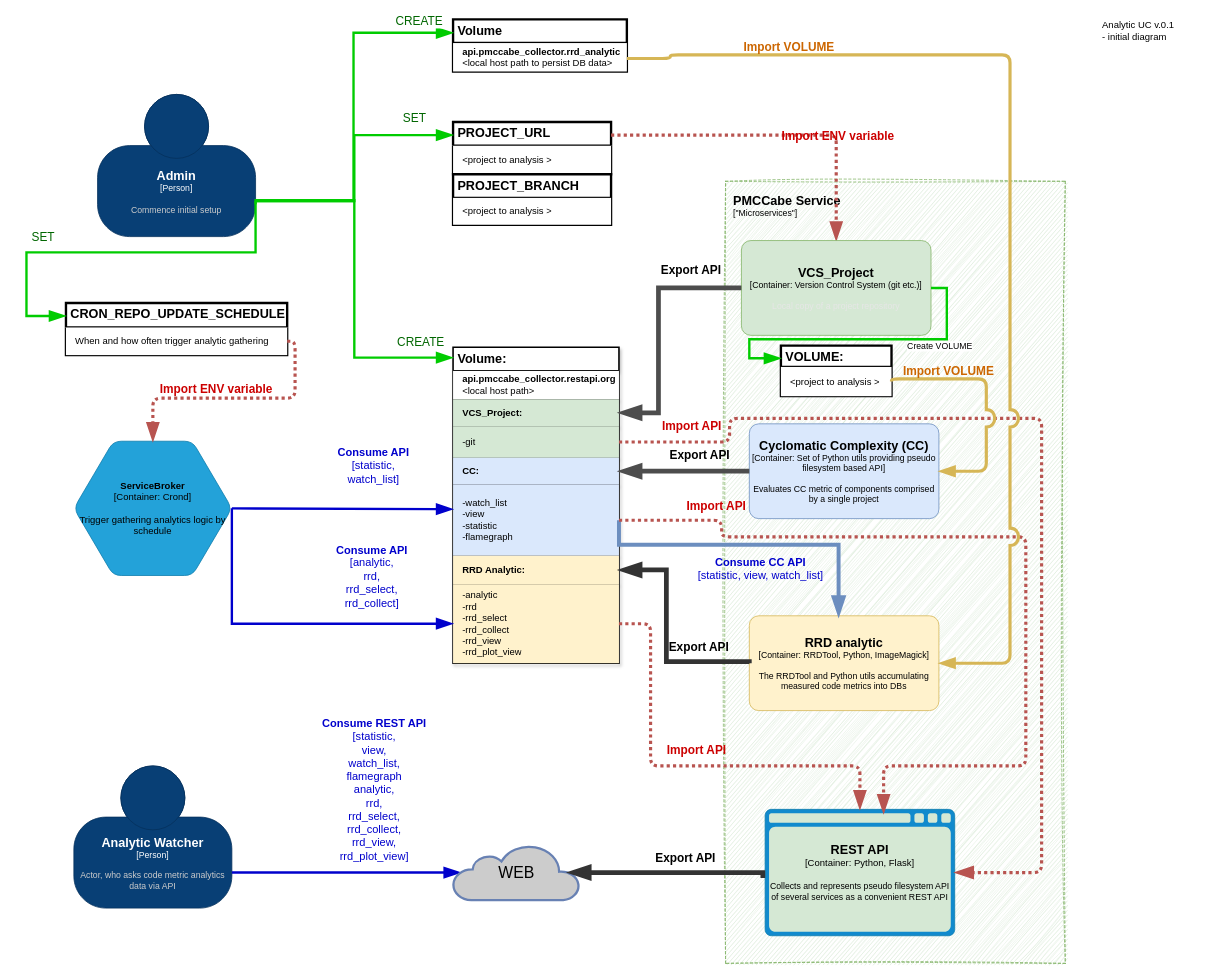
The draw.io diagram diagrams/analytic_UC.drawio in SergeyIvanov87/Code-Metric-Visualizer-Platform, before the edit. Source tidied: cells renumbered, new cells numbered last; positions are measured from the earlier drawing's top-left corner, leaving out a move shared by most shapes. Both pictures are drawn from the tidied source at 79%, with x=0, y=0 at pixel (26, 19).
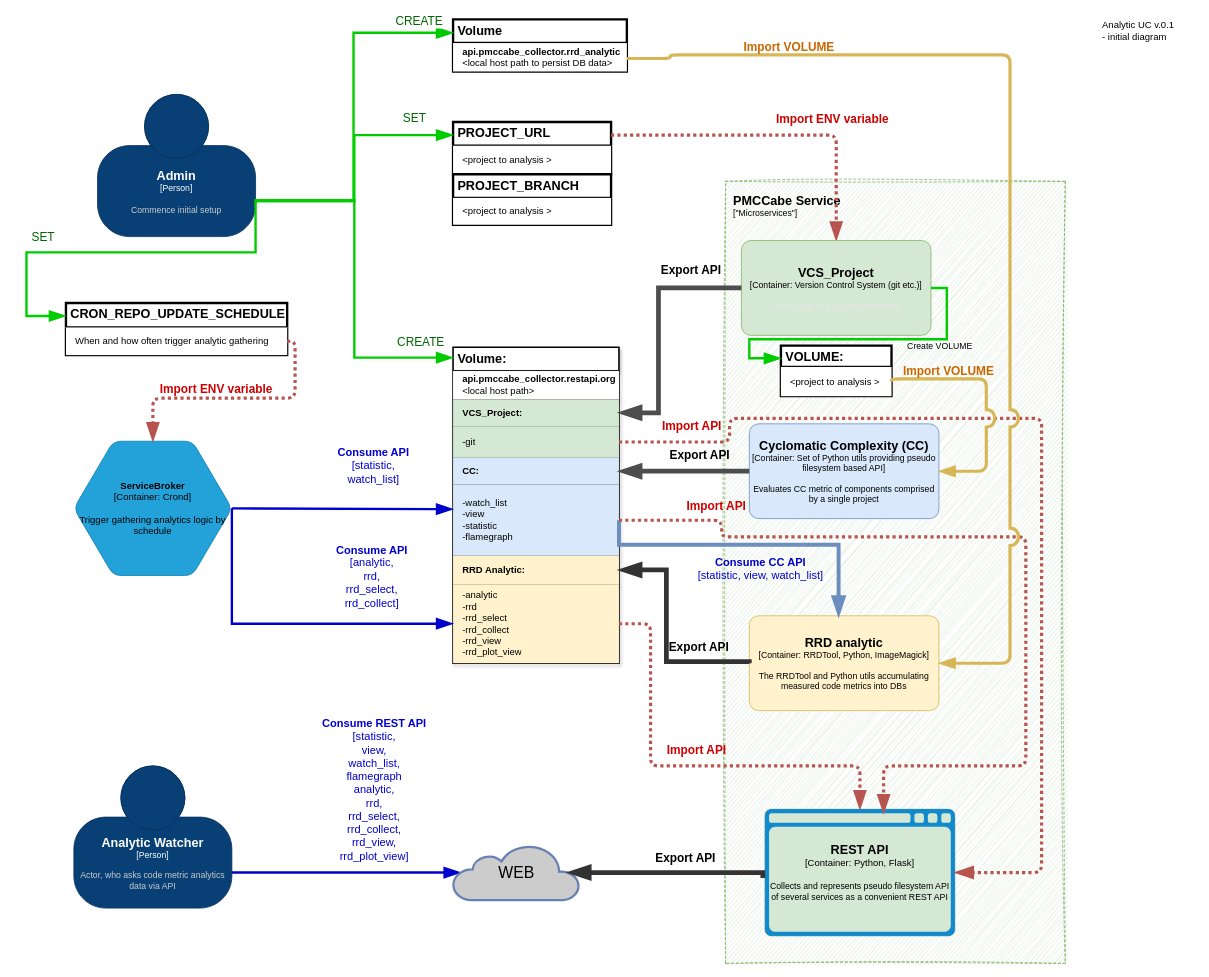
Above is the later version.

Unchanged cells that the change refers to:
```xml
<mxCell id="27" value="PROJECT_URL" style="shape=table;startSize=30;childLayout=tableLayout;fontSize=16;align=left;verticalAlign=top;fontStyle=1;spacingLeft=6;spacing=0;strokeWidth=3;" parent="1" vertex="1">
  <mxGeometry x="540" y="130" width="200" height="66" as="geometry" />
</mxCell>
<object id="45" label="&lt;font style=&quot;font-size: 16px&quot;&gt;&lt;b&gt;%c4Name%&lt;/b&gt;&lt;/font&gt;&lt;div&gt;[%c4Type%: %c4Technology%]&lt;/div&gt;&lt;br&gt;&lt;div&gt;&lt;font style=&quot;font-size: 11px&quot;&gt;&lt;font color=&quot;#E6E6E6&quot;&gt;%c4Description%&lt;/font&gt;&lt;/div&gt;" c4Description="Local copy of a project repository" c4Name="VCS_Project" c4Technology="Version Control System (git etc.)" c4Type="Container" placeholders="1">
  <mxCell style="rounded=1;whiteSpace=wrap;html=1;fontSize=11;labelBackgroundColor=none;fillColor=#d5e8d4;align=center;arcSize=10;strokeColor=#82b366;points=[[0.25,0,0],[0.5,0,0],[0.75,0,0],[1,0.25,0],[1,0.5,0],[1,0.75,0],[0.75,1,0],[0.5,1,0],[0.25,1,0],[0,0.75,0],[0,0.5,0],[0,0.25,0]];" parent="1" vertex="1">
    <mxGeometry x="905" y="280" width="240" height="120" as="geometry" />
  </mxCell>
</object>
<mxCell id="53" style="endArrow=blockThin;html=1;fontSize=10;fontColor=#404040;strokeWidth=3;endFill=1;strokeColor=#00CC00;elbow=vertical;endSize=14;startSize=14;jumpStyle=arc;jumpSize=16;rounded=0;edgeStyle=orthogonalEdgeStyle;exitX=1;exitY=0.5;exitDx=0;exitDy=0;exitPerimeter=0;entryX=0;entryY=0.25;entryDx=0;entryDy=0;" parent="1" edge="1" source="45" target="49">
  <mxGeometry relative="1" as="geometry">
    <Array as="points">
      <mxPoint x="1165" y="340" />
      <mxPoint x="1165" y="405" />
      <mxPoint x="915" y="405" />
      <mxPoint x="915" y="429" />
    </Array>
  </mxGeometry>
</mxCell>
```

The edit, as a diff of the source:
```diff
@@
     <object id="30" label="&lt;div style=&quot;text-align: left; font-size: 15px;&quot;&gt;&lt;div style=&quot;text-align: center; font-size: 15px;&quot;&gt;&lt;b style=&quot;font-size: 15px;&quot;&gt;%c4Description%&lt;/b&gt;&lt;/div&gt;&lt;/div&gt;" c4Description="Import ENV variable" placeholders="1">
       <mxCell style="endArrow=blockThin;html=1;fontSize=15;fontColor=#CC0000;strokeWidth=4;endFill=1;strokeColor=#b85450;elbow=vertical;endSize=14;startSize=14;jumpStyle=arc;jumpSize=16;rounded=1;edgeStyle=orthogonalEdgeStyle;exitX=1;exitY=0.25;exitDx=0;exitDy=0;entryX=0.5;entryY=0;entryDx=0;entryDy=0;entryPerimeter=0;fillColor=#f8cecc;labelBackgroundColor=none;dashed=1;dashPattern=1 1;" parent="1" edge="1" source="27" target="45">
-        <mxGeometry x="0.27" y="-21" relative="1" as="geometry">
-          <mxPoint x="21" y="-21" as="offset" />
+        <mxGeometry x="0.34" y="22" relative="1" as="geometry">
+          <mxPoint y="1" as="offset" />
         </mxGeometry>
       </mxCell>
     </object>
@@
-    <mxCell id="54" value="Create VOLUME" style="edgeLabel;html=1;align=center;verticalAlign=middle;" parent="53" vertex="1">
+    <mxCell id="54" value="Create VOLUME" style="edgeLabel;html=1;align=center;verticalAlign=middle;labelBackgroundColor=none;" parent="53" vertex="1">
       <mxGeometry x="0.74" y="1" relative="1" as="geometry">
         <mxPoint x="239" y="-4" as="offset" />
       </mxGeometry>
     </mxCell>
```
